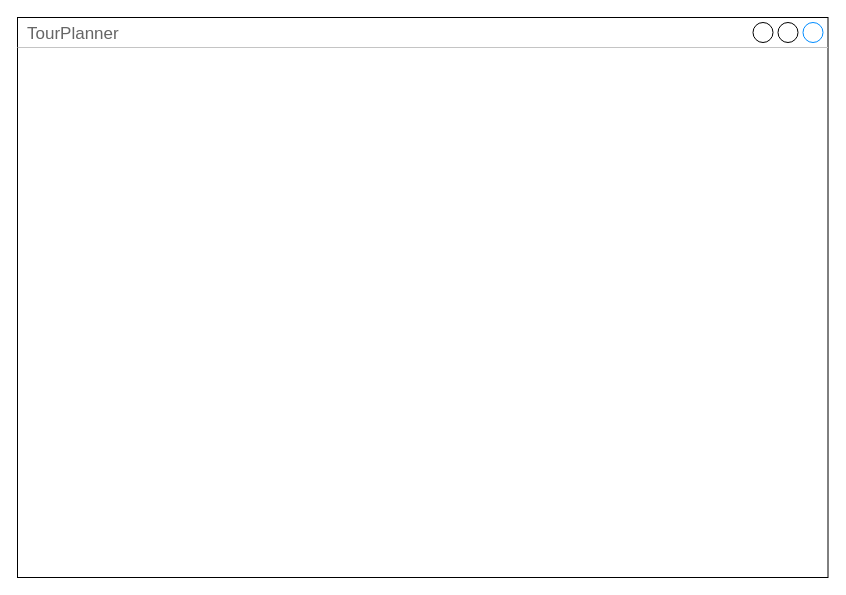
Earlier version of the draw.io diagram docs/wireframe.drawio (rasebdon/TourPlanner). Source tidied: cells renumbered, new cells numbered last; positions are measured from the earlier drawing's top-left corner, leaving out a move shared by most shapes. Both pictures are drawn from the tidied source at 100%, with x=0, y=0 at pixel (17, 17).
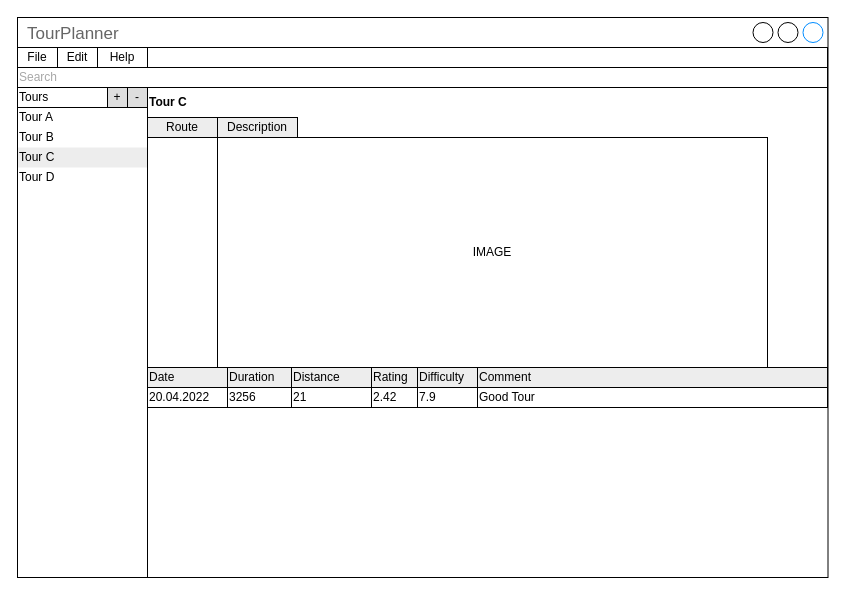
After the change.

The edit, as a diff of the source:
```diff
@@
+    <mxCell id="3" style="rounded=0;whiteSpace=wrap;html=1;" parent="1" vertex="1">
+      <mxGeometry y="30" width="810" height="20" as="geometry" />
+    </mxCell>
+    <mxCell id="4" value="Search" style="rounded=0;whiteSpace=wrap;html=1;align=left;fontColor=#A8A8A8;" parent="1" vertex="1">
+      <mxGeometry y="50" width="810" height="20" as="geometry" />
+    </mxCell>
+    <mxCell id="5" value="File" style="rounded=0;whiteSpace=wrap;html=1;align=center;" parent="1" vertex="1">
+      <mxGeometry y="30" width="40" height="20" as="geometry" />
+    </mxCell>
+    <mxCell id="6" value="Edit" style="rounded=0;whiteSpace=wrap;html=1;align=center;" parent="1" vertex="1">
+      <mxGeometry x="40" y="30" width="40" height="20" as="geometry" />
+    </mxCell>
+    <mxCell id="7" value="Help" style="rounded=0;whiteSpace=wrap;html=1;align=center;" parent="1" vertex="1">
+      <mxGeometry x="80" y="30" width="50" height="20" as="geometry" />
+    </mxCell>
+    <mxCell id="8" value="Tour C" style="text;html=1;strokeColor=none;fillColor=#EDEDED;align=left;verticalAlign=middle;whiteSpace=wrap;rounded=0;labelBackgroundColor=none;fontColor=#000000;" parent="1" vertex="1">
+      <mxGeometry y="130" width="130" height="20" as="geometry" />
+    </mxCell>
+    <mxCell id="9" value="&lt;font color=&quot;#000000&quot;&gt;Tours&lt;/font&gt;" style="rounded=0;whiteSpace=wrap;html=1;fontColor=#A8A8A8;align=left;" parent="1" vertex="1">
+      <mxGeometry y="70" width="130" height="20" as="geometry" />
+    </mxCell>
+    <mxCell id="10" value="-" style="rounded=0;whiteSpace=wrap;html=1;fontColor=#000000;align=center;labelBackgroundColor=none;fillColor=#DEDEDE;" parent="1" vertex="1">
+      <mxGeometry x="110" y="70" width="20" height="20" as="geometry" />
+    </mxCell>
+    <mxCell id="11" value="+" style="rounded=0;whiteSpace=wrap;html=1;fontColor=#000000;align=center;labelBackgroundColor=none;fillColor=#DEDEDE;" parent="1" vertex="1">
+      <mxGeometry x="90" y="70" width="20" height="20" as="geometry" />
+    </mxCell>
+    <mxCell id="12" value="Tour A" style="text;html=1;strokeColor=none;fillColor=none;align=left;verticalAlign=middle;whiteSpace=wrap;rounded=0;labelBackgroundColor=none;fontColor=#000000;" parent="1" vertex="1">
+      <mxGeometry y="90" width="130" height="20" as="geometry" />
+    </mxCell>
+    <mxCell id="13" value="Tour B" style="text;html=1;strokeColor=none;fillColor=none;align=left;verticalAlign=middle;whiteSpace=wrap;rounded=0;labelBackgroundColor=none;fontColor=#000000;" parent="1" vertex="1">
+      <mxGeometry y="110" width="130" height="20" as="geometry" />
+    </mxCell>
+    <mxCell id="14" value="Tour D" style="text;html=1;strokeColor=none;fillColor=none;align=left;verticalAlign=middle;whiteSpace=wrap;rounded=0;labelBackgroundColor=none;fontColor=#000000;" parent="1" vertex="1">
+      <mxGeometry y="150" width="130" height="20" as="geometry" />
+    </mxCell>
+    <mxCell id="15" style="rounded=0;whiteSpace=wrap;html=1;fontColor=#A8A8A8;align=center;fillColor=none;" parent="1" vertex="1">
+      <mxGeometry y="70" width="130" height="490" as="geometry" />
+    </mxCell>
+    <mxCell id="16" style="rounded=0;whiteSpace=wrap;html=1;labelBackgroundColor=none;fontColor=#000000;fillColor=none;align=left;" parent="1" vertex="1">
+      <mxGeometry x="130" y="70" width="680" height="280" as="geometry" />
+    </mxCell>
+    <mxCell id="17" style="rounded=0;whiteSpace=wrap;html=1;labelBackgroundColor=none;fontColor=#000000;fillColor=#EDEDED;align=left;" parent="1" vertex="1">
+      <mxGeometry x="130" y="350" width="680" height="20" as="geometry" />
+    </mxCell>
+    <mxCell id="18" value="Date" style="rounded=0;whiteSpace=wrap;html=1;labelBackgroundColor=none;fontColor=#000000;fillColor=#EDEDED;align=left;" parent="1" vertex="1">
+      <mxGeometry x="130" y="350" width="80" height="20" as="geometry" />
+    </mxCell>
+    <mxCell id="19" value="Duration" style="rounded=0;whiteSpace=wrap;html=1;labelBackgroundColor=none;fontColor=#000000;fillColor=#EDEDED;align=left;" parent="1" vertex="1">
+      <mxGeometry x="210" y="350" width="64" height="20" as="geometry" />
+    </mxCell>
+    <mxCell id="20" value="Distance" style="rounded=0;whiteSpace=wrap;html=1;labelBackgroundColor=none;fontColor=#000000;fillColor=#EDEDED;align=left;" parent="1" vertex="1">
+      <mxGeometry x="274" y="350" width="80" height="20" as="geometry" />
+    </mxCell>
+    <mxCell id="21" value="Rating" style="rounded=0;whiteSpace=wrap;html=1;labelBackgroundColor=none;fontColor=#000000;fillColor=#EDEDED;align=left;" parent="1" vertex="1">
+      <mxGeometry x="354" y="350" width="50" height="20" as="geometry" />
+    </mxCell>
+    <mxCell id="22" value="Difficulty" style="rounded=0;whiteSpace=wrap;html=1;labelBackgroundColor=none;fontColor=#000000;fillColor=#EDEDED;align=left;" parent="1" vertex="1">
+      <mxGeometry x="400" y="350" width="60" height="20" as="geometry" />
+    </mxCell>
+    <mxCell id="23" value="Comment" style="rounded=0;whiteSpace=wrap;html=1;labelBackgroundColor=none;fontColor=#000000;fillColor=#EDEDED;align=left;" parent="1" vertex="1">
+      <mxGeometry x="460" y="350" width="350" height="20" as="geometry" />
+    </mxCell>
+    <mxCell id="24" style="rounded=0;whiteSpace=wrap;html=1;labelBackgroundColor=none;fontColor=#000000;fillColor=none;align=left;" parent="1" vertex="1">
+      <mxGeometry x="130" y="370" width="680" height="20" as="geometry" />
+    </mxCell>
+    <mxCell id="25" value="3256" style="rounded=0;whiteSpace=wrap;html=1;labelBackgroundColor=none;fontColor=#000000;fillColor=none;align=left;" parent="1" vertex="1">
+      <mxGeometry x="210" y="370" width="64" height="20" as="geometry" />
+    </mxCell>
+    <mxCell id="26" value="21" style="rounded=0;whiteSpace=wrap;html=1;labelBackgroundColor=none;fontColor=#000000;fillColor=none;align=left;" parent="1" vertex="1">
+      <mxGeometry x="274" y="370" width="80" height="20" as="geometry" />
+    </mxCell>
+    <mxCell id="27" value="2.42" style="rounded=0;whiteSpace=wrap;html=1;labelBackgroundColor=none;fontColor=#000000;fillColor=none;align=left;" parent="1" vertex="1">
+      <mxGeometry x="354" y="370" width="46" height="20" as="geometry" />
+    </mxCell>
+    <mxCell id="28" value="7.9" style="rounded=0;whiteSpace=wrap;html=1;labelBackgroundColor=none;fontColor=#000000;fillColor=none;align=left;" parent="1" vertex="1">
+      <mxGeometry x="400" y="370" width="60" height="20" as="geometry" />
+    </mxCell>
+    <mxCell id="29" value="Good Tour" style="rounded=0;whiteSpace=wrap;html=1;labelBackgroundColor=none;fontColor=#000000;fillColor=none;align=left;" parent="1" vertex="1">
+      <mxGeometry x="460" y="370" width="350" height="20" as="geometry" />
+    </mxCell>
+    <mxCell id="30" value="20.04.2022" style="rounded=0;whiteSpace=wrap;html=1;labelBackgroundColor=none;fontColor=#000000;fillColor=none;align=left;" parent="1" vertex="1">
+      <mxGeometry x="130" y="370" width="80" height="20" as="geometry" />
+    </mxCell>
+    <mxCell id="31" value="Tour C" style="text;html=1;strokeColor=none;fillColor=none;align=left;verticalAlign=middle;whiteSpace=wrap;rounded=0;labelBackgroundColor=none;fontColor=#000000;fontStyle=1;" parent="1" vertex="1">
+      <mxGeometry x="130" y="70" width="680" height="30" as="geometry" />
+    </mxCell>
+    <mxCell id="32" value="Route" style="rounded=0;whiteSpace=wrap;html=1;labelBackgroundColor=none;fontColor=#000000;fillColor=#EDEDED;align=center;" parent="1" vertex="1">
+      <mxGeometry x="130" y="100" width="70" height="20" as="geometry" />
+    </mxCell>
+    <mxCell id="33" value="Description" style="rounded=0;whiteSpace=wrap;html=1;labelBackgroundColor=none;fontColor=#000000;fillColor=#EDEDED;align=center;" parent="1" vertex="1">
+      <mxGeometry x="200" y="100" width="80" height="20" as="geometry" />
+    </mxCell>
+    <mxCell id="34" value="IMAGE" style="rounded=0;whiteSpace=wrap;html=1;labelBackgroundColor=none;fontColor=#000000;fillColor=none;align=center;" parent="1" vertex="1">
+      <mxGeometry x="200" y="120" width="550" height="230" as="geometry" />
+    </mxCell>
```
